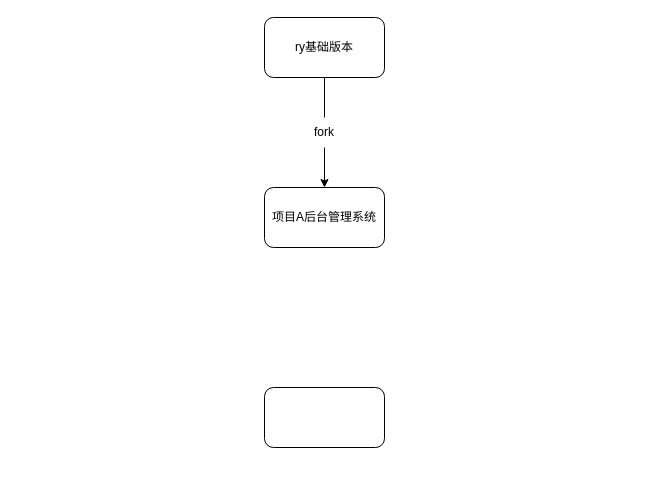
Above: 流程图/版本管理.drawio in zhongqiuoo/drawio (draw.io), before the change. Source tidied: cells renumbered, new cells numbered last; positions are measured from the earlier drawing's top-left corner, leaving out a move shared by most shapes. Both pictures are drawn from the tidied source at 100%, with x=0, y=0 at pixel (264, 17).
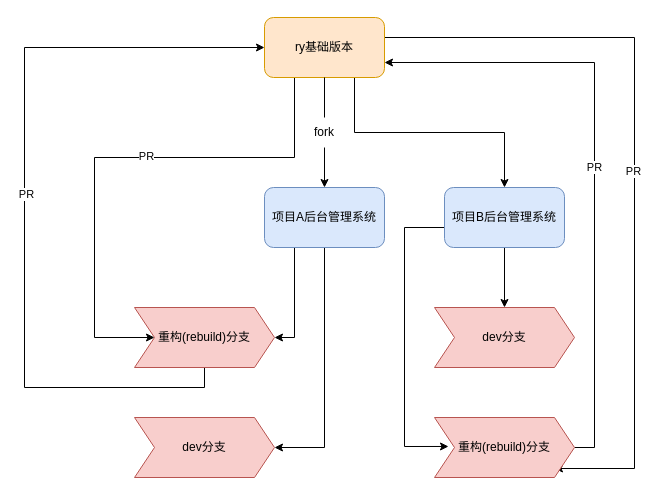
After the change.

Commit message:
更新版本管理.drawio

The edit, as a diff of the source:
```diff
@@
+    <mxCell id="8" style="edgeStyle=orthogonalEdgeStyle;rounded=0;jettySize=auto;html=1;exitX=0.75;exitY=1;exitDx=0;exitDy=0;" parent="1" edge="1" source="3" target="21">
+      <mxGeometry relative="1" as="geometry" />
+    </mxCell>
+    <mxCell id="9" style="edgeStyle=orthogonalEdgeStyle;rounded=0;jettySize=auto;html=1;exitX=0;exitY=0.75;exitDx=0;exitDy=0;entryX=0;entryY=0.5;entryDx=0;entryDy=0;" parent="1" edge="1" source="3" target="17">
+      <mxGeometry relative="1" as="geometry">
+        <Array as="points">
+          <mxPoint x="30" y="45" />
+          <mxPoint x="30" y="140" />
+          <mxPoint x="-170" y="140" />
+          <mxPoint x="-170" y="320" />
+        </Array>
+      </mxGeometry>
+    </mxCell>
+    <mxCell id="10" value="PR" style="edgeLabel;html=1;align=center;verticalAlign=middle;" parent="9" vertex="1">
+      <mxGeometry x="-0.03" y="-2" relative="1" as="geometry" />
+    </mxCell>
+    <mxCell id="11" style="edgeStyle=orthogonalEdgeStyle;rounded=0;jettySize=auto;html=1;exitX=1;exitY=0.5;exitDx=0;exitDy=0;" parent="1" edge="1" source="3">
+      <mxGeometry relative="1" as="geometry">
+        <mxPoint x="290" y="451" as="targetPoint" />
+        <Array as="points">
+          <mxPoint x="120" y="20" />
+          <mxPoint x="370" y="20" />
+          <mxPoint x="370" y="451" />
+        </Array>
+      </mxGeometry>
+    </mxCell>
+    <mxCell id="12" value="PR" style="edgeLabel;html=1;align=center;verticalAlign=middle;" parent="11" vertex="1">
+      <mxGeometry x="0.02" y="-2" relative="1" as="geometry" />
+    </mxCell>
-    <mxCell id="3" value="ry基础版本" style="rounded=1;whiteSpace=wrap;html=1;" parent="1" vertex="1">
+    <mxCell id="3" value="ry基础版本" style="rounded=1;whiteSpace=wrap;html=1;fillColor=#ffe6cc;strokeColor=#d79b00;" parent="1" vertex="1">
       <mxGeometry width="120" height="60" as="geometry" />
     </mxCell>
+    <mxCell id="13" style="edgeStyle=orthogonalEdgeStyle;rounded=0;jettySize=auto;html=1;exitX=0.75;exitY=1;exitDx=0;exitDy=0;entryX=1;entryY=0.5;entryDx=0;entryDy=0;" parent="1" edge="1" source="4" target="17">
+      <mxGeometry relative="1" as="geometry">
+        <Array as="points">
+          <mxPoint x="30" y="230" />
+          <mxPoint x="30" y="320" />
+        </Array>
+      </mxGeometry>
+    </mxCell>
+    <mxCell id="14" style="edgeStyle=orthogonalEdgeStyle;rounded=0;jettySize=auto;html=1;exitX=0.5;exitY=1;exitDx=0;exitDy=0;entryX=1;entryY=0.5;entryDx=0;entryDy=0;" parent="1" edge="1" source="4" target="18">
+      <mxGeometry relative="1" as="geometry" />
+    </mxCell>
-    <mxCell id="4" value="项目A后台管理系统" style="rounded=1;whiteSpace=wrap;html=1;" parent="1" vertex="1">
+    <mxCell id="4" value="项目A后台管理系统" style="rounded=1;whiteSpace=wrap;html=1;fillColor=#dae8fc;strokeColor=#6c8ebf;" parent="1" vertex="1">
       <mxGeometry y="170" width="120" height="60" as="geometry" />
     </mxCell>
@@
-    <mxCell id="7" style="rounded=1;whiteSpace=wrap;html=1;" parent="1" vertex="1">
-      <mxGeometry y="370" width="120" height="60" as="geometry" />
-    </mxCell>
+    <mxCell id="15" style="edgeStyle=orthogonalEdgeStyle;rounded=0;jettySize=auto;html=1;entryX=0;entryY=0.5;entryDx=0;entryDy=0;" parent="1" edge="1" source="17" target="3">
+      <mxGeometry relative="1" as="geometry">
+        <Array as="points">
+          <mxPoint x="-60" y="370" />
+          <mxPoint x="-240" y="370" />
+          <mxPoint x="-240" y="30" />
+        </Array>
+      </mxGeometry>
+    </mxCell>
+    <mxCell id="16" value="PR" style="edgeLabel;html=1;align=center;verticalAlign=middle;" parent="15" vertex="1">
+      <mxGeometry x="0.01" y="-1" relative="1" as="geometry" />
+    </mxCell>
+    <mxCell id="17" value="重构(rebuild)分支" style="shape=step;perimeter=stepPerimeter;whiteSpace=wrap;html=1;fixedSize=1;fillColor=#f8cecc;strokeColor=#b85450;" parent="1" vertex="1">
+      <mxGeometry x="-130" y="290" width="140" height="60" as="geometry" />
+    </mxCell>
+    <mxCell id="18" value="dev分支" style="shape=step;perimeter=stepPerimeter;whiteSpace=wrap;html=1;fixedSize=1;fillColor=#f8cecc;strokeColor=#b85450;" parent="1" vertex="1">
+      <mxGeometry x="-130" y="400" width="140" height="60" as="geometry" />
+    </mxCell>
+    <mxCell id="19" style="edgeStyle=orthogonalEdgeStyle;rounded=0;jettySize=auto;html=1;exitX=0.5;exitY=1;exitDx=0;exitDy=0;entryX=0.5;entryY=0;entryDx=0;entryDy=0;" parent="1" edge="1" source="21" target="25">
+      <mxGeometry relative="1" as="geometry" />
+    </mxCell>
+    <mxCell id="20" style="edgeStyle=orthogonalEdgeStyle;rounded=0;jettySize=auto;html=1;entryX=0.1;entryY=0.483;entryDx=0;entryDy=0;entryPerimeter=0;" parent="1" edge="1" source="21" target="24">
+      <mxGeometry relative="1" as="geometry">
+        <Array as="points">
+          <mxPoint x="140" y="210" />
+          <mxPoint x="140" y="429" />
+        </Array>
+      </mxGeometry>
+    </mxCell>
+    <mxCell id="21" value="项目B后台管理系统" style="rounded=1;whiteSpace=wrap;html=1;fillColor=#dae8fc;strokeColor=#6c8ebf;" parent="1" vertex="1">
+      <mxGeometry x="180" y="170" width="120" height="60" as="geometry" />
+    </mxCell>
+    <mxCell id="22" style="edgeStyle=orthogonalEdgeStyle;rounded=0;jettySize=auto;html=1;exitX=1;exitY=0.5;exitDx=0;exitDy=0;entryX=1;entryY=0.75;entryDx=0;entryDy=0;" parent="1" edge="1" source="24" target="3">
+      <mxGeometry relative="1" as="geometry" />
+    </mxCell>
+    <mxCell id="23" value="PR" style="edgeLabel;html=1;align=center;verticalAlign=middle;" parent="22" vertex="1">
+      <mxGeometry x="-0.02" y="1" relative="1" as="geometry" />
+    </mxCell>
+    <mxCell id="24" value="重构(rebuild)分支" style="shape=step;perimeter=stepPerimeter;whiteSpace=wrap;html=1;fixedSize=1;fillColor=#f8cecc;strokeColor=#b85450;" parent="1" vertex="1">
+      <mxGeometry x="170" y="400" width="140" height="60" as="geometry" />
+    </mxCell>
+    <mxCell id="25" value="dev分支" style="shape=step;perimeter=stepPerimeter;whiteSpace=wrap;html=1;fixedSize=1;fillColor=#f8cecc;strokeColor=#b85450;" parent="1" vertex="1">
+      <mxGeometry x="170" y="290" width="140" height="60" as="geometry" />
+    </mxCell>
```
